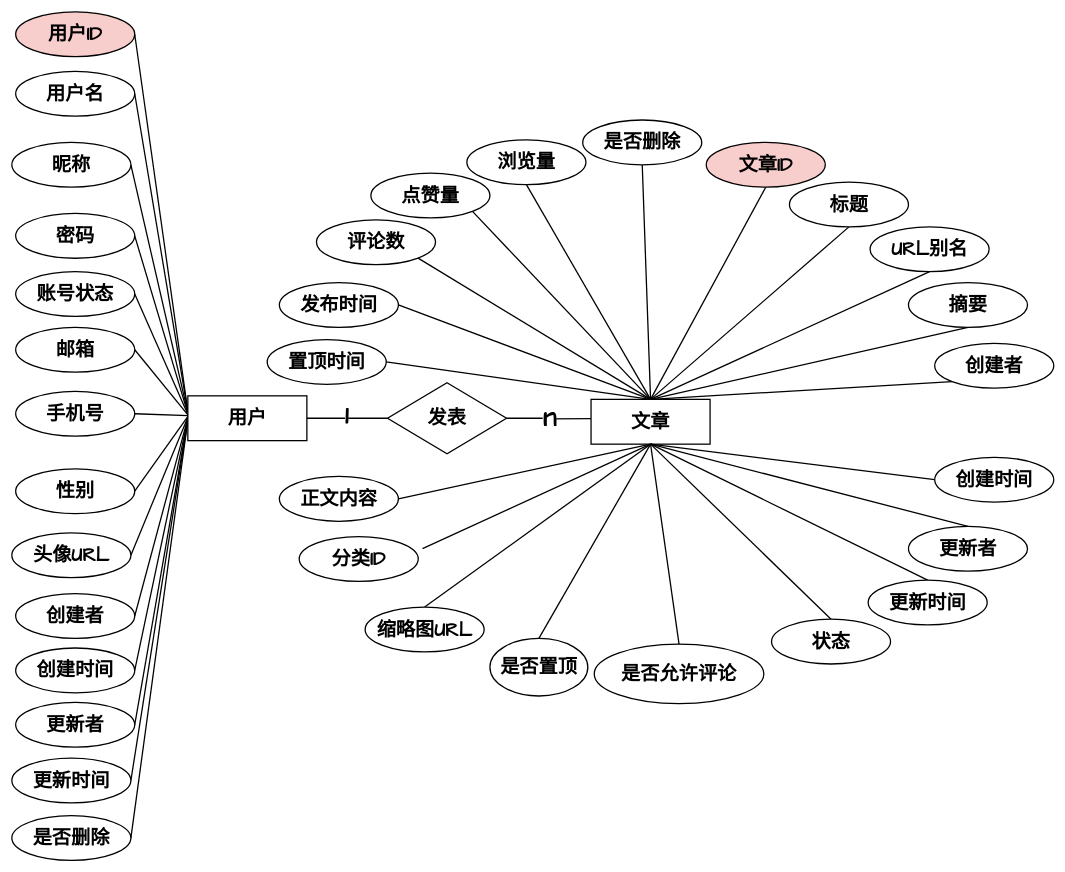
This is graph/文章核心模块.drawio from zhangbird050801/bird-blog, a draw.io file, before an edit. Source tidied: cells renumbered, new cells numbered last; positions are measured from the earlier drawing's top-left corner, leaving out a move shared by most shapes. Both pictures are drawn from the tidied source at 64%, with x=0, y=0 at pixel (12, 12).
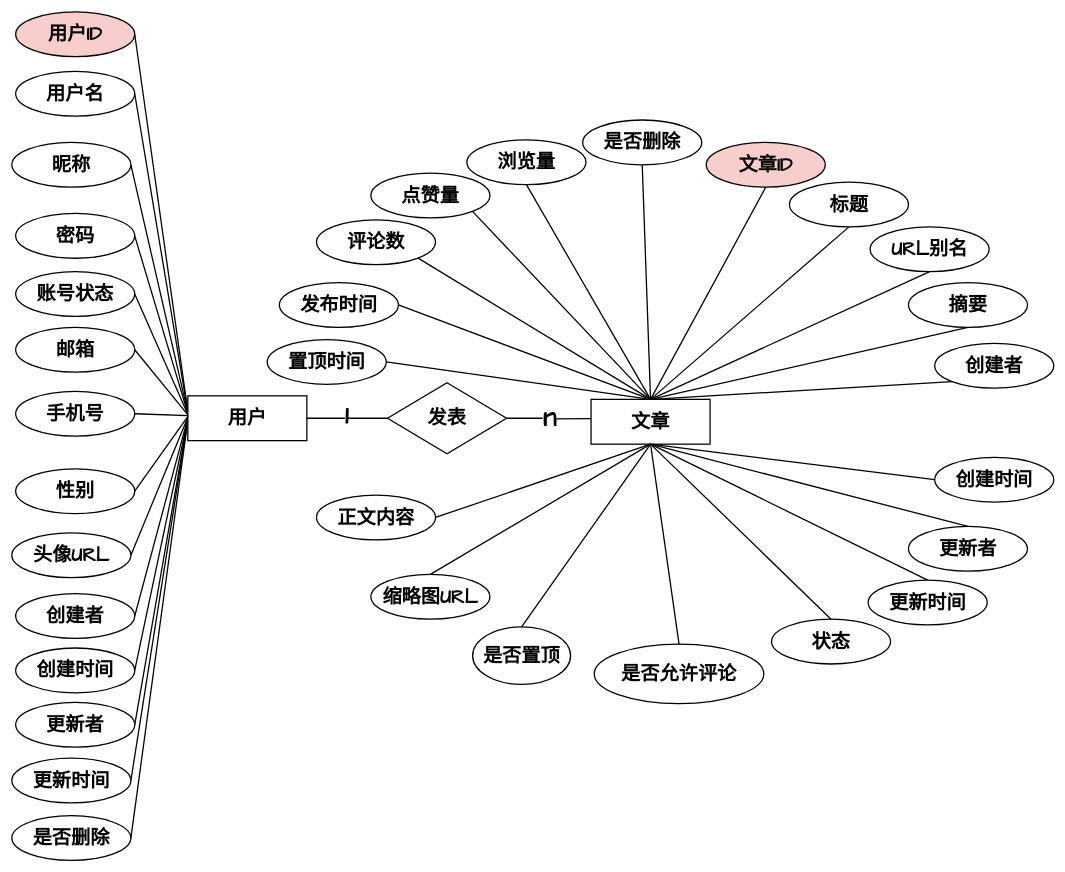
The same diagram, later.

Commit message:
更新文章核心模块.drawio

The change refers to these unchanged cells:
```xml
<mxCell id="36" value="文章" style="rounded=0;whiteSpace=wrap;html=1;fontSize=30;fontFamily=Comic Sans MS;strokeColor=default;strokeWidth=2;align=center;verticalAlign=middle;fontColor=default;labelBackgroundColor=default;fontStyle=1;" parent="1" vertex="1">
  <mxGeometry x="905" y="605.5" width="186" height="70" as="geometry" />
</mxCell>
```

Diff of the diagram source:
```diff
@@
     <mxCell id="50" value="正文内容" style="whiteSpace=wrap;html=1;shape=ellipse;perimeter=ellipsePerimeter;fontSize=30;fontFamily=Comic Sans MS;rounded=0;strokeColor=default;strokeWidth=2;align=center;verticalAlign=middle;fontColor=default;labelBackgroundColor=default;fontStyle=1;" parent="1" vertex="1">
-      <mxGeometry x="418" y="726" width="186" height="70" as="geometry" />
+      <mxGeometry x="476" y="755" width="186" height="70" as="geometry" />
     </mxCell>
@@
     <mxCell id="55" value="是否置顶" style="whiteSpace=wrap;html=1;shape=ellipse;perimeter=ellipsePerimeter;fontSize=30;fontFamily=Comic Sans MS;rounded=0;strokeColor=default;strokeWidth=2;align=center;verticalAlign=middle;fontColor=default;labelBackgroundColor=default;fontStyle=1;" parent="1" vertex="1">
-      <mxGeometry x="747" y="979" width="153" height="90" as="geometry" />
+      <mxGeometry x="720" y="961" width="153" height="90" as="geometry" />
     </mxCell>
@@
     <mxCell id="57" value="缩略图URL" style="whiteSpace=wrap;html=1;shape=ellipse;perimeter=ellipsePerimeter;fontSize=30;fontFamily=Comic Sans MS;rounded=0;strokeColor=default;strokeWidth=2;align=center;verticalAlign=middle;fontColor=default;labelBackgroundColor=default;fontStyle=1;" parent="1" vertex="1">
-      <mxGeometry x="552" y="930" width="186" height="70" as="geometry" />
+      <mxGeometry x="561" y="879" width="186" height="70" as="geometry" />
     </mxCell>
@@
-    <mxCell id="75" value="分类ID" style="whiteSpace=wrap;html=1;rounded=0;shape=ellipse;perimeter=ellipsePerimeter;fontSize=30;fontFamily=Comic Sans MS;strokeColor=default;strokeWidth=2;align=center;verticalAlign=middle;fontColor=default;labelBackgroundColor=default;fontStyle=1;" parent="1" vertex="1">
-      <mxGeometry x="449" y="820" width="186" height="70" as="geometry" />
-    </mxCell>
-    <mxCell id="76" style="rounded=0;jettySize=auto;html=1;endArrow=none;endFill=0;fontSize=30;fontFamily=Comic Sans MS;entryX=0.5;entryY=1;entryDx=0;entryDy=0;exitX=1.036;exitY=0.267;exitDx=0;exitDy=0;exitPerimeter=0;strokeColor=default;strokeWidth=2;align=center;verticalAlign=middle;fontColor=default;labelBackgroundColor=default;fontStyle=1;" parent="1" edge="1" source="75" target="36">
-      <mxGeometry relative="1" as="geometry" />
-    </mxCell>
```
